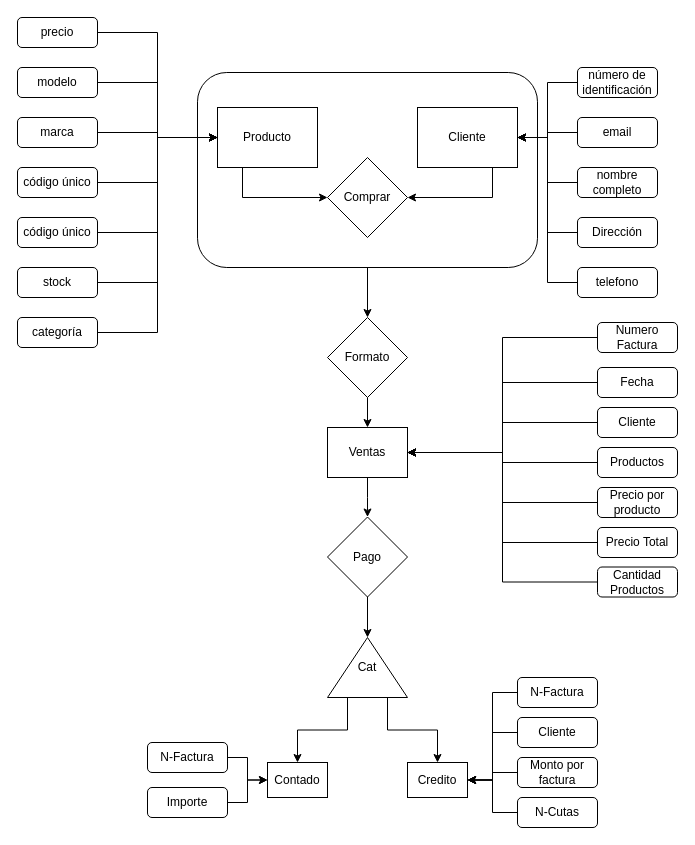
The draw.io diagram Ejercicio 2 -  Tienda de Electrodomésticos/Diagrama sin título.drawio in baa4ts/Tareas, before the edit. Source tidied: cells renumbered, new cells numbered last; positions are measured from the earlier drawing's top-left corner, leaving out a move shared by most shapes. Both pictures are drawn from the tidied source at 100%, with x=0, y=0 at pixel (17, 17).
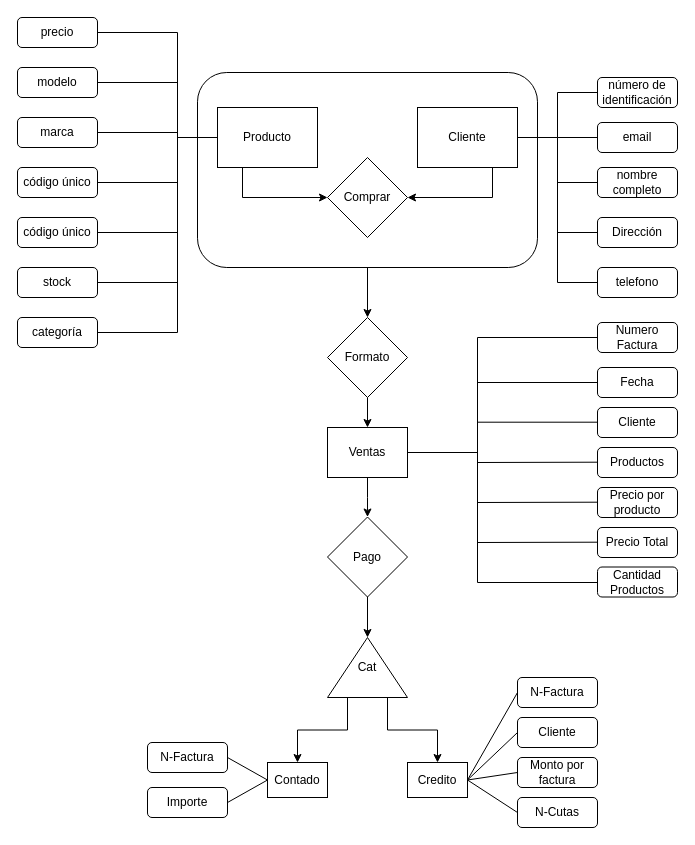
The same diagram, later.

Commit message (it also covers changes not shown here):
Diagrama MERN

Unchanged cells that the change refers to:
```xml
<mxCell id="5" value="Producto" style="rounded=0;whiteSpace=wrap;html=1;" parent="1" vertex="1">
  <mxGeometry x="200" y="90" width="100" height="60" as="geometry" />
</mxCell>
<mxCell id="7" value="código único" style="rounded=1;whiteSpace=wrap;html=1;" parent="1" vertex="1">
  <mxGeometry y="200" width="80" height="30" as="geometry" />
</mxCell>
<mxCell id="9" value="código único" style="rounded=1;whiteSpace=wrap;html=1;" parent="1" vertex="1">
  <mxGeometry y="150" width="80" height="30" as="geometry" />
</mxCell>
<mxCell id="11" value="marca" style="rounded=1;whiteSpace=wrap;html=1;" parent="1" vertex="1">
  <mxGeometry y="100" width="80" height="30" as="geometry" />
</mxCell>
<mxCell id="13" value="modelo" style="rounded=1;whiteSpace=wrap;html=1;" parent="1" vertex="1">
  <mxGeometry y="50" width="80" height="30" as="geometry" />
</mxCell>
<mxCell id="15" value="precio" style="rounded=1;whiteSpace=wrap;html=1;" parent="1" vertex="1">
  <mxGeometry width="80" height="30" as="geometry" />
</mxCell>
<mxCell id="17" value="stock" style="rounded=1;whiteSpace=wrap;html=1;" parent="1" vertex="1">
  <mxGeometry y="250" width="80" height="30" as="geometry" />
</mxCell>
<mxCell id="19" value="categoría" style="rounded=1;whiteSpace=wrap;html=1;" parent="1" vertex="1">
  <mxGeometry y="300" width="80" height="30" as="geometry" />
</mxCell>
<mxCell id="21" value="Cliente" style="rounded=0;whiteSpace=wrap;html=1;" parent="1" vertex="1">
  <mxGeometry x="400" y="90" width="100" height="60" as="geometry" />
</mxCell>
<mxCell id="34" value="Ventas" style="rounded=0;whiteSpace=wrap;html=1;" parent="1" vertex="1">
  <mxGeometry x="310" y="410" width="80" height="50" as="geometry" />
</mxCell>
<mxCell id="36" value="Numero Factura" style="rounded=1;whiteSpace=wrap;html=1;" parent="1" vertex="1">
  <mxGeometry x="580" y="305" width="80" height="30" as="geometry" />
</mxCell>
<mxCell id="38" value="Fecha" style="rounded=1;whiteSpace=wrap;html=1;" parent="1" vertex="1">
  <mxGeometry x="580" y="350" width="80" height="30" as="geometry" />
</mxCell>
<mxCell id="40" value="Cliente" style="rounded=1;whiteSpace=wrap;html=1;" parent="1" vertex="1">
  <mxGeometry x="580" y="390" width="80" height="30" as="geometry" />
</mxCell>
<mxCell id="42" value="Productos" style="rounded=1;whiteSpace=wrap;html=1;" parent="1" vertex="1">
  <mxGeometry x="580" y="430" width="80" height="30" as="geometry" />
</mxCell>
<mxCell id="44" value="Cantidad Productos" style="rounded=1;whiteSpace=wrap;html=1;" parent="1" vertex="1">
  <mxGeometry x="580" y="549.5" width="80" height="30" as="geometry" />
</mxCell>
<mxCell id="46" value="Precio por producto" style="rounded=1;whiteSpace=wrap;html=1;" parent="1" vertex="1">
  <mxGeometry x="580" y="470" width="80" height="30" as="geometry" />
</mxCell>
<mxCell id="48" value="Precio Total" style="rounded=1;whiteSpace=wrap;html=1;" parent="1" vertex="1">
  <mxGeometry x="580" y="510" width="80" height="30" as="geometry" />
</mxCell>
<mxCell id="52" value="Contado" style="rounded=0;whiteSpace=wrap;html=1;" parent="1" vertex="1">
  <mxGeometry x="250" y="745" width="60" height="35" as="geometry" />
</mxCell>
<mxCell id="53" value="Credito" style="rounded=0;whiteSpace=wrap;html=1;" parent="1" vertex="1">
  <mxGeometry x="390" y="745" width="60" height="35" as="geometry" />
</mxCell>
<mxCell id="55" value="Cliente" style="rounded=1;whiteSpace=wrap;html=1;" parent="1" vertex="1">
  <mxGeometry x="500" y="700" width="80" height="30" as="geometry" />
</mxCell>
<mxCell id="57" value="N-Factura" style="rounded=1;whiteSpace=wrap;html=1;" parent="1" vertex="1">
  <mxGeometry x="500" y="660" width="80" height="30" as="geometry" />
</mxCell>
<mxCell id="59" value="Monto por factura" style="rounded=1;whiteSpace=wrap;html=1;" parent="1" vertex="1">
  <mxGeometry x="500" y="740" width="80" height="30" as="geometry" />
</mxCell>
<mxCell id="61" value="N-Cutas" style="rounded=1;whiteSpace=wrap;html=1;" parent="1" vertex="1">
  <mxGeometry x="500" y="780" width="80" height="30" as="geometry" />
</mxCell>
<mxCell id="63" value="Importe" style="rounded=1;whiteSpace=wrap;html=1;" parent="1" vertex="1">
  <mxGeometry x="130" y="770" width="80" height="30" as="geometry" />
</mxCell>
<mxCell id="65" value="N-Factura" style="rounded=1;whiteSpace=wrap;html=1;" parent="1" vertex="1">
  <mxGeometry x="130" y="725" width="80" height="30" as="geometry" />
</mxCell>
```

Diff of the diagram source:
```diff
@@
-    <mxCell id="6" style="edgeStyle=orthogonalEdgeStyle;rounded=0;jettySize=auto;html=1;exitX=1;exitY=0.5;exitDx=0;exitDy=0;entryX=0;entryY=0.5;entryDx=0;entryDy=0;" parent="1" edge="1" source="7" target="5">
-      <mxGeometry relative="1" as="geometry" />
-    </mxCell>
@@
-    <mxCell id="8" style="edgeStyle=orthogonalEdgeStyle;rounded=0;jettySize=auto;html=1;entryX=0;entryY=0.5;entryDx=0;entryDy=0;" parent="1" edge="1" source="9" target="5">
-      <mxGeometry relative="1" as="geometry" />
-    </mxCell>
@@
-    <mxCell id="10" style="edgeStyle=orthogonalEdgeStyle;rounded=0;jettySize=auto;html=1;entryX=0;entryY=0.5;entryDx=0;entryDy=0;" parent="1" edge="1" source="11" target="5">
-      <mxGeometry relative="1" as="geometry" />
-    </mxCell>
@@
-    <mxCell id="12" style="edgeStyle=orthogonalEdgeStyle;rounded=0;jettySize=auto;html=1;entryX=0;entryY=0.5;entryDx=0;entryDy=0;" parent="1" edge="1" source="13" target="5">
-      <mxGeometry relative="1" as="geometry" />
-    </mxCell>
@@
-    <mxCell id="14" style="edgeStyle=orthogonalEdgeStyle;rounded=0;jettySize=auto;html=1;entryX=0;entryY=0.5;entryDx=0;entryDy=0;" parent="1" edge="1" source="15" target="5">
-      <mxGeometry relative="1" as="geometry" />
-    </mxCell>
@@
-    <mxCell id="16" style="edgeStyle=orthogonalEdgeStyle;rounded=0;jettySize=auto;html=1;entryX=0;entryY=0.5;entryDx=0;entryDy=0;" parent="1" edge="1" source="17" target="5">
-      <mxGeometry relative="1" as="geometry" />
-    </mxCell>
@@
-    <mxCell id="18" style="edgeStyle=orthogonalEdgeStyle;rounded=0;jettySize=auto;html=1;entryX=0;entryY=0.5;entryDx=0;entryDy=0;" parent="1" edge="1" source="19" target="5">
-      <mxGeometry relative="1" as="geometry" />
-    </mxCell>
@@
-    <mxCell id="22" style="edgeStyle=orthogonalEdgeStyle;rounded=0;jettySize=auto;html=1;entryX=1;entryY=0.5;entryDx=0;entryDy=0;" parent="1" edge="1" source="23" target="21">
-      <mxGeometry relative="1" as="geometry" />
-    </mxCell>
     <mxCell id="23" value="número de identificación" style="rounded=1;whiteSpace=wrap;html=1;" parent="1" vertex="1">
-      <mxGeometry x="560" y="50" width="80" height="30" as="geometry" />
+      <mxGeometry x="580" y="60" width="80" height="30" as="geometry" />
     </mxCell>
-    <mxCell id="24" style="edgeStyle=orthogonalEdgeStyle;rounded=0;jettySize=auto;html=1;entryX=1;entryY=0.5;entryDx=0;entryDy=0;" parent="1" edge="1" source="25" target="21">
-      <mxGeometry relative="1" as="geometry" />
-    </mxCell>
     <mxCell id="25" value="nombre completo" style="rounded=1;whiteSpace=wrap;html=1;" parent="1" vertex="1">
-      <mxGeometry x="560" y="150" width="80" height="30" as="geometry" />
+      <mxGeometry x="580" y="150" width="80" height="30" as="geometry" />
     </mxCell>
-    <mxCell id="26" style="edgeStyle=orthogonalEdgeStyle;rounded=0;jettySize=auto;html=1;entryX=1;entryY=0.5;entryDx=0;entryDy=0;" parent="1" edge="1" source="27" target="21">
-      <mxGeometry relative="1" as="geometry" />
-    </mxCell>
     <mxCell id="27" value="Dirección" style="rounded=1;whiteSpace=wrap;html=1;" parent="1" vertex="1">
-      <mxGeometry x="560" y="200" width="80" height="30" as="geometry" />
+      <mxGeometry x="580" y="200" width="80" height="30" as="geometry" />
     </mxCell>
-    <mxCell id="28" style="edgeStyle=orthogonalEdgeStyle;rounded=0;jettySize=auto;html=1;entryX=1;entryY=0.5;entryDx=0;entryDy=0;" parent="1" edge="1" source="29" target="21">
-      <mxGeometry relative="1" as="geometry" />
-    </mxCell>
     <mxCell id="29" value="email" style="rounded=1;whiteSpace=wrap;html=1;" parent="1" vertex="1">
-      <mxGeometry x="560" y="100" width="80" height="30" as="geometry" />
+      <mxGeometry x="580" y="105" width="80" height="30" as="geometry" />
     </mxCell>
-    <mxCell id="30" style="edgeStyle=orthogonalEdgeStyle;rounded=0;jettySize=auto;html=1;entryX=1;entryY=0.5;entryDx=0;entryDy=0;" parent="1" edge="1" source="31" target="21">
-      <mxGeometry relative="1" as="geometry" />
-    </mxCell>
     <mxCell id="31" value="telefono" style="rounded=1;whiteSpace=wrap;html=1;" parent="1" vertex="1">
-      <mxGeometry x="560" y="250" width="80" height="30" as="geometry" />
+      <mxGeometry x="580" y="250" width="80" height="30" as="geometry" />
     </mxCell>
@@
-    <mxCell id="35" style="edgeStyle=orthogonalEdgeStyle;rounded=0;jettySize=auto;html=1;entryX=1;entryY=0.5;entryDx=0;entryDy=0;" parent="1" edge="1" source="36" target="34">
-      <mxGeometry relative="1" as="geometry" />
-    </mxCell>
@@
-    <mxCell id="37" style="edgeStyle=orthogonalEdgeStyle;rounded=0;jettySize=auto;html=1;entryX=1;entryY=0.5;entryDx=0;entryDy=0;" parent="1" edge="1" source="38" target="34">
-      <mxGeometry relative="1" as="geometry" />
-    </mxCell>
@@
-    <mxCell id="39" style="edgeStyle=orthogonalEdgeStyle;rounded=0;jettySize=auto;html=1;entryX=1;entryY=0.5;entryDx=0;entryDy=0;" parent="1" edge="1" source="40" target="34">
-      <mxGeometry relative="1" as="geometry" />
-    </mxCell>
@@
-    <mxCell id="41" style="edgeStyle=orthogonalEdgeStyle;rounded=0;jettySize=auto;html=1;entryX=1;entryY=0.5;entryDx=0;entryDy=0;" parent="1" edge="1" source="42" target="34">
-      <mxGeometry relative="1" as="geometry" />
-    </mxCell>
@@
-    <mxCell id="43" style="edgeStyle=orthogonalEdgeStyle;rounded=0;jettySize=auto;html=1;entryX=1;entryY=0.5;entryDx=0;entryDy=0;" parent="1" edge="1" source="44" target="34">
-      <mxGeometry relative="1" as="geometry" />
-    </mxCell>
@@
-    <mxCell id="45" style="edgeStyle=orthogonalEdgeStyle;rounded=0;jettySize=auto;html=1;entryX=1;entryY=0.5;entryDx=0;entryDy=0;" parent="1" edge="1" source="46" target="34">
-      <mxGeometry relative="1" as="geometry" />
-    </mxCell>
@@
-    <mxCell id="47" style="edgeStyle=orthogonalEdgeStyle;rounded=0;jettySize=auto;html=1;entryX=1;entryY=0.5;entryDx=0;entryDy=0;" parent="1" edge="1" source="48" target="34">
-      <mxGeometry relative="1" as="geometry" />
-    </mxCell>
@@
-    <mxCell id="54" style="edgeStyle=orthogonalEdgeStyle;rounded=0;jettySize=auto;html=1;entryX=1;entryY=0.5;entryDx=0;entryDy=0;" parent="1" edge="1" source="55" target="53">
-      <mxGeometry relative="1" as="geometry" />
-    </mxCell>
@@
-    <mxCell id="56" style="edgeStyle=orthogonalEdgeStyle;rounded=0;jettySize=auto;html=1;entryX=1;entryY=0.5;entryDx=0;entryDy=0;" parent="1" edge="1" source="57" target="53">
-      <mxGeometry relative="1" as="geometry" />
-    </mxCell>
@@
-    <mxCell id="58" style="edgeStyle=orthogonalEdgeStyle;rounded=0;jettySize=auto;html=1;entryX=1;entryY=0.5;entryDx=0;entryDy=0;" parent="1" edge="1" source="59" target="53">
-      <mxGeometry relative="1" as="geometry" />
-    </mxCell>
@@
-    <mxCell id="60" style="edgeStyle=orthogonalEdgeStyle;rounded=0;jettySize=auto;html=1;entryX=1;entryY=0.5;entryDx=0;entryDy=0;" parent="1" edge="1" source="61" target="53">
-      <mxGeometry relative="1" as="geometry" />
-    </mxCell>
@@
-    <mxCell id="62" style="edgeStyle=orthogonalEdgeStyle;rounded=0;jettySize=auto;html=1;entryX=0;entryY=0.5;entryDx=0;entryDy=0;" parent="1" edge="1" source="63" target="52">
-      <mxGeometry relative="1" as="geometry" />
-    </mxCell>
@@
-    <mxCell id="64" style="edgeStyle=orthogonalEdgeStyle;rounded=0;jettySize=auto;html=1;entryX=0;entryY=0.5;entryDx=0;entryDy=0;" parent="1" edge="1" source="65" target="52">
-      <mxGeometry relative="1" as="geometry" />
-    </mxCell>
@@
+    <mxCell id="64" style="endArrow=none;html=1;rounded=0;exitX=1;exitY=0.5;exitDx=0;exitDy=0;entryX=0;entryY=0.5;entryDx=0;entryDy=0;" parent="1" edge="1" source="65" target="52">
+      <mxGeometry relative="1" as="geometry" />
+    </mxCell>
+    <mxCell id="62" style="endArrow=none;html=1;rounded=0;exitX=1;exitY=0.5;exitDx=0;exitDy=0;entryX=0;entryY=0.5;entryDx=0;entryDy=0;" parent="1" edge="1" source="63" target="52">
+      <mxGeometry relative="1" as="geometry" />
+    </mxCell>
+    <mxCell id="70" style="endArrow=none;html=1;rounded=0;entryX=0;entryY=0.5;entryDx=0;entryDy=0;exitX=1;exitY=0.5;exitDx=0;exitDy=0;" parent="1" edge="1" source="53" target="57">
+      <mxGeometry relative="1" as="geometry" />
+    </mxCell>
+    <mxCell id="71" style="endArrow=none;html=1;rounded=0;exitX=1;exitY=0.5;exitDx=0;exitDy=0;entryX=0;entryY=0.5;entryDx=0;entryDy=0;" parent="1" edge="1" source="53" target="55">
+      <mxGeometry relative="1" as="geometry" />
+    </mxCell>
+    <mxCell id="72" style="endArrow=none;html=1;rounded=0;exitX=1;exitY=0.5;exitDx=0;exitDy=0;entryX=0;entryY=0.5;entryDx=0;entryDy=0;" parent="1" edge="1" source="53" target="59">
+      <mxGeometry relative="1" as="geometry" />
+    </mxCell>
+    <mxCell id="73" style="endArrow=none;html=1;rounded=0;exitX=1;exitY=0.5;exitDx=0;exitDy=0;entryX=0;entryY=0.5;entryDx=0;entryDy=0;" parent="1" edge="1" source="53" target="61">
+      <mxGeometry relative="1" as="geometry" />
+    </mxCell>
+    <mxCell id="14" style="endArrow=none;html=1;rounded=0;exitX=1;exitY=0.5;exitDx=0;exitDy=0;entryX=0;entryY=0.5;entryDx=0;entryDy=0;" parent="1" edge="1" source="15" target="5">
+      <mxGeometry relative="1" as="geometry">
+        <Array as="points">
+          <mxPoint x="160" y="15" />
+          <mxPoint x="160" y="120" />
+        </Array>
+      </mxGeometry>
+    </mxCell>
+    <mxCell id="74" style="endArrow=none;html=1;rounded=0;exitX=1;exitY=0.5;exitDx=0;exitDy=0;" parent="1" edge="1" source="13">
+      <mxGeometry relative="1" as="geometry">
+        <mxPoint x="160" y="65" as="targetPoint" />
+      </mxGeometry>
+    </mxCell>
+    <mxCell id="75" style="endArrow=none;html=1;rounded=0;exitX=1;exitY=0.5;exitDx=0;exitDy=0;" parent="1" edge="1" source="19">
+      <mxGeometry relative="1" as="geometry">
+        <mxPoint x="160" y="110" as="targetPoint" />
+        <Array as="points">
+          <mxPoint x="160" y="315" />
+        </Array>
+      </mxGeometry>
+    </mxCell>
+    <mxCell id="76" style="endArrow=none;html=1;rounded=0;exitX=1;exitY=0.5;exitDx=0;exitDy=0;" parent="1" edge="1" source="11">
+      <mxGeometry relative="1" as="geometry">
+        <mxPoint x="160" y="115" as="targetPoint" />
+      </mxGeometry>
+    </mxCell>
+    <mxCell id="77" style="endArrow=none;html=1;rounded=0;exitX=1;exitY=0.5;exitDx=0;exitDy=0;" parent="1" edge="1" source="9">
+      <mxGeometry relative="1" as="geometry">
+        <mxPoint x="160" y="165" as="targetPoint" />
+      </mxGeometry>
+    </mxCell>
+    <mxCell id="78" style="endArrow=none;html=1;rounded=0;exitX=1;exitY=0.5;exitDx=0;exitDy=0;" parent="1" edge="1" source="7">
+      <mxGeometry relative="1" as="geometry">
+        <mxPoint x="160" y="215" as="targetPoint" />
+      </mxGeometry>
+    </mxCell>
+    <mxCell id="79" style="endArrow=none;html=1;rounded=0;exitX=1;exitY=0.5;exitDx=0;exitDy=0;" parent="1" edge="1" source="17">
+      <mxGeometry relative="1" as="geometry">
+        <mxPoint x="160" y="265" as="targetPoint" />
+      </mxGeometry>
+    </mxCell>
+    <mxCell id="80" style="endArrow=none;html=1;rounded=0;entryX=0;entryY=0.5;entryDx=0;entryDy=0;exitX=1;exitY=0.5;exitDx=0;exitDy=0;" parent="1" edge="1" source="21" target="23">
+      <mxGeometry relative="1" as="geometry">
+        <Array as="points">
+          <mxPoint x="540" y="120" />
+          <mxPoint x="540" y="75" />
+        </Array>
+      </mxGeometry>
+    </mxCell>
+    <mxCell id="81" style="endArrow=none;html=1;rounded=0;exitX=0;exitY=0.5;exitDx=0;exitDy=0;" parent="1" edge="1" source="31">
+      <mxGeometry relative="1" as="geometry">
+        <mxPoint x="540" y="120" as="targetPoint" />
+        <Array as="points">
+          <mxPoint x="540" y="265" />
+        </Array>
+      </mxGeometry>
+    </mxCell>
+    <mxCell id="82" style="endArrow=none;html=1;rounded=0;entryX=0;entryY=0.5;entryDx=0;entryDy=0;" parent="1" edge="1" target="27">
+      <mxGeometry relative="1" as="geometry">
+        <mxPoint x="540" y="215" as="sourcePoint" />
+      </mxGeometry>
+    </mxCell>
+    <mxCell id="83" style="endArrow=none;html=1;rounded=0;entryX=0;entryY=0.5;entryDx=0;entryDy=0;" parent="1" edge="1" target="25">
+      <mxGeometry relative="1" as="geometry">
+        <mxPoint x="540" y="165" as="sourcePoint" />
+      </mxGeometry>
+    </mxCell>
+    <mxCell id="84" style="endArrow=none;html=1;rounded=0;exitX=0;exitY=0.5;exitDx=0;exitDy=0;" parent="1" edge="1" source="29">
+      <mxGeometry relative="1" as="geometry">
+        <mxPoint x="540" y="120" as="targetPoint" />
+      </mxGeometry>
+    </mxCell>
+    <mxCell id="85" style="endArrow=none;html=1;rounded=0;entryX=0;entryY=0.5;entryDx=0;entryDy=0;exitX=1;exitY=0.5;exitDx=0;exitDy=0;" parent="1" edge="1" source="34" target="36">
+      <mxGeometry relative="1" as="geometry">
+        <Array as="points">
+          <mxPoint x="460" y="435" />
+          <mxPoint x="460" y="320" />
+        </Array>
+      </mxGeometry>
+    </mxCell>
+    <mxCell id="86" style="endArrow=none;html=1;rounded=0;entryX=0;entryY=0.5;entryDx=0;entryDy=0;" parent="1" edge="1" target="38">
+      <mxGeometry relative="1" as="geometry">
+        <mxPoint x="460" y="365" as="sourcePoint" />
+      </mxGeometry>
+    </mxCell>
+    <mxCell id="87" style="endArrow=none;html=1;rounded=0;entryX=0;entryY=0.5;entryDx=0;entryDy=0;" parent="1" edge="1">
+      <mxGeometry relative="1" as="geometry">
+        <mxPoint x="460" y="404.7" as="sourcePoint" />
+        <mxPoint x="580" y="404.7" as="targetPoint" />
+      </mxGeometry>
+    </mxCell>
+    <mxCell id="88" style="endArrow=none;html=1;rounded=0;entryX=0;entryY=0.5;entryDx=0;entryDy=0;" parent="1" edge="1">
+      <mxGeometry relative="1" as="geometry">
+        <mxPoint x="460" y="430" as="sourcePoint" />
+        <mxPoint x="580" y="444.7" as="targetPoint" />
+        <Array as="points">
+          <mxPoint x="460" y="445" />
+        </Array>
+      </mxGeometry>
+    </mxCell>
+    <mxCell id="89" style="endArrow=none;html=1;rounded=0;entryX=0;entryY=0.5;entryDx=0;entryDy=0;" parent="1" edge="1">
+      <mxGeometry relative="1" as="geometry">
+        <mxPoint x="460" y="440" as="sourcePoint" />
+        <mxPoint x="580" y="484.7" as="targetPoint" />
+        <Array as="points">
+          <mxPoint x="460" y="485" />
+        </Array>
+      </mxGeometry>
+    </mxCell>
+    <mxCell id="90" style="endArrow=none;html=1;rounded=0;entryX=0;entryY=0.5;entryDx=0;entryDy=0;" parent="1" edge="1">
+      <mxGeometry relative="1" as="geometry">
+        <mxPoint x="460" y="480" as="sourcePoint" />
+        <mxPoint x="580" y="524.7" as="targetPoint" />
+        <Array as="points">
+          <mxPoint x="460" y="525" />
+        </Array>
+      </mxGeometry>
+    </mxCell>
+    <mxCell id="91" style="endArrow=none;html=1;rounded=0;entryX=0;entryY=0.5;entryDx=0;entryDy=0;" parent="1" edge="1">
+      <mxGeometry relative="1" as="geometry">
+        <mxPoint x="460" y="520" as="sourcePoint" />
+        <mxPoint x="580" y="565" as="targetPoint" />
+        <Array as="points">
+          <mxPoint x="460" y="565" />
+        </Array>
+      </mxGeometry>
+    </mxCell>
```
